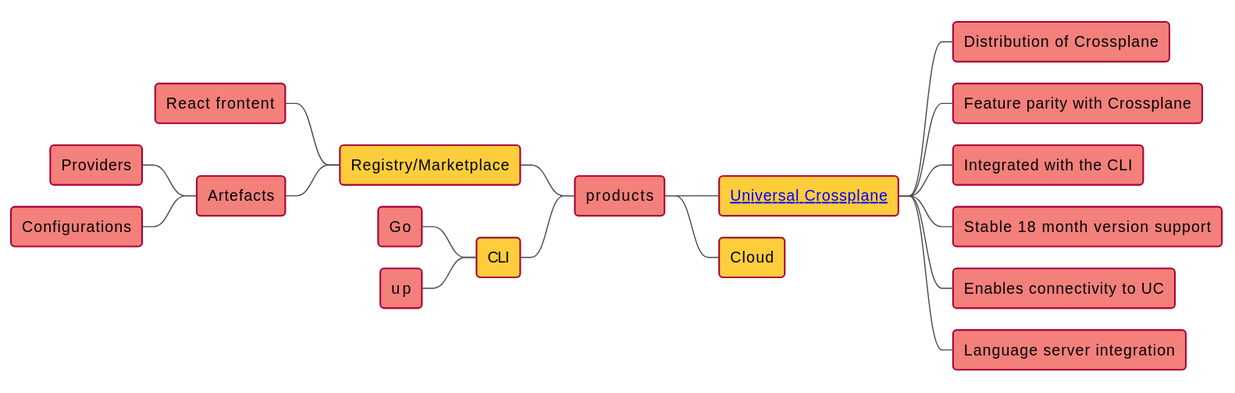
Above: diagrams/rendered/upbound-products-map.svg in Piotr1215/cloudrumble (PlantUML), before the change.
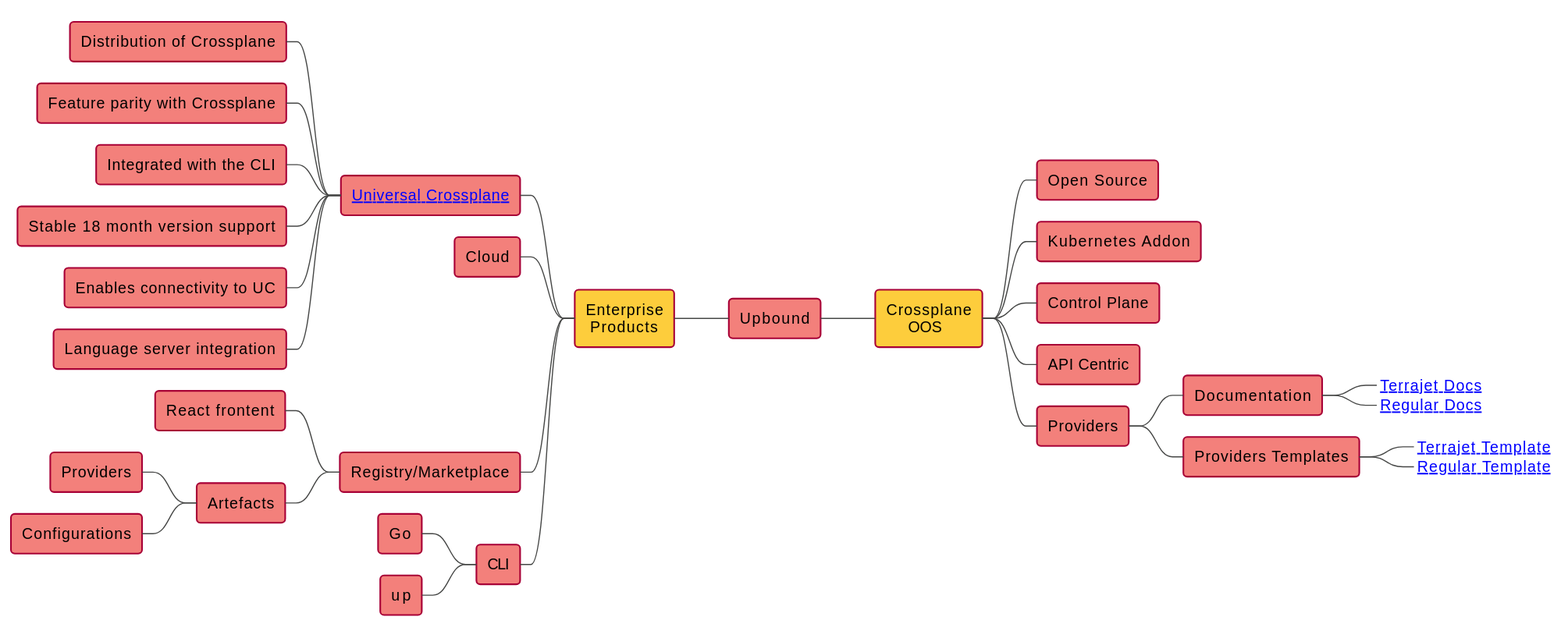
Later version of the same file.

Commit message:
Split of products and OOS

The edit, as a diff of the source:
```diff
@@ -10,21 +10,36 @@
     }
 }
 </style>
-* products
-++ [[https://github.com/upbound/universal-crossplane Universal Crossplane]]
-+++ Distribution of Crossplane
-+++ Feature parity with Crossplane
-+++ Integrated with the CLI
-+++ Stable 18 month version support
-+++ Enables connectivity to UC
-+++ Language server integration
-++ Cloud
--- Registry/Marketplace
---- React frontent
---- Artefacts
----- Providers
----- Configurations
--- CLI
---- Go
---- up
+* Upbound
+left
+** Enterprise\n Products
+*** [[https://github.com/upbound/universal-crossplane Universal Crossplane]]
+**** Distribution of Crossplane
+**** Feature parity with Crossplane
+**** Integrated with the CLI
+**** Stable 18 month version support
+**** Enables connectivity to UC
+**** Language server integration
+*** Cloud
+*** Registry/Marketplace
+**** React frontent
+**** Artefacts
+***** Providers
+***** Configurations
+*** CLI
+**** Go
+**** up
+right
+** Crossplane\n     OOS
+*** Open Source
+*** Kubernetes Addon
+*** Control Plane
+*** API Centric
+*** Providers
+**** Documentation
+*****_ [[https://github.com/crossplane/terrajet/blob/main/docs/generating-a-provider.md Terrajet Docs]]
+*****_ [[https://github.com/crossplane/crossplane/blob/master/docs/contributing/provider_development_guide.md Regular Docs]]
+**** Providers Templates
+*****_ [[https://github.com/crossplane-contrib/provider-jet-template Terrajet Template]]
+*****_ [[https://github.com/crossplane/provider-template Regular Template]]
 @endmindmap
```
